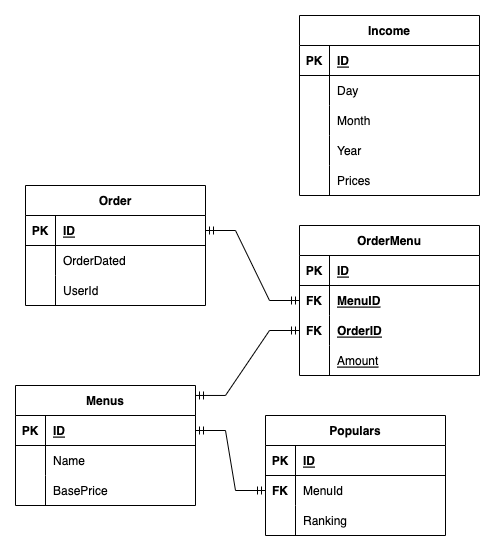
marttp/boba-shop-traffic keeps this draw.io diagram as erd.drawio.png. Above is the earlier version. Source tidied: cells renumbered, new cells last; positions are measured from the earlier drawing's top-left corner, leaving out a move shared by most shapes.
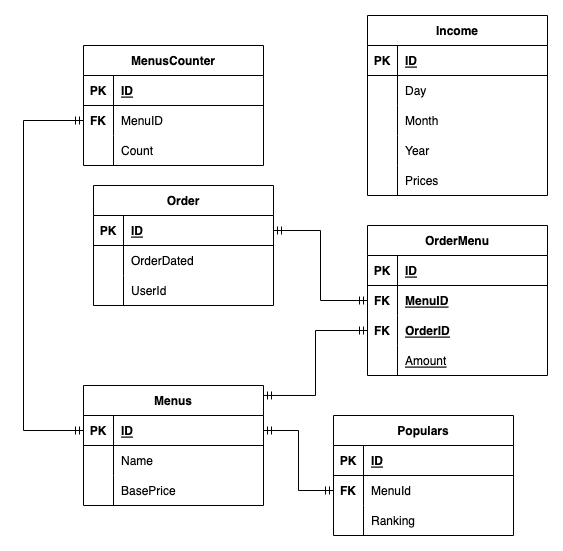
Above is the later version.

The edit, as a diff of the source:
```diff
@@ -182,14 +182,52 @@
     <mxCell id="61" value="Amount" style="shape=partialRectangle;fillColor=none;top=0;left=0;bottom=0;right=0;align=left;spacingLeft=6;overflow=hidden;fontStyle=4;" parent="59" vertex="1">
       <mxGeometry x="30" width="150" height="30" as="geometry" />
     </mxCell>
-    <mxCell id="62" style="edgeStyle=entityRelationEdgeStyle;fontSize=12;html=1;endArrow=ERmandOne;startArrow=ERmandOne;rounded=0;exitX=1;exitY=0.5;exitDx=0;exitDy=0;entryX=0;entryY=0.5;entryDx=0;entryDy=0;" parent="1" edge="1" source="30" target="6">
+    <mxCell id="62" style="edgeStyle=orthogonalEdgeStyle;fontSize=12;html=1;endArrow=ERmandOne;startArrow=ERmandOne;rounded=0;exitX=1;exitY=0.5;exitDx=0;exitDy=0;entryX=0;entryY=0.5;entryDx=0;entryDy=0;" parent="1" edge="1" source="30" target="6">
       <mxGeometry relative="1" as="geometry" />
     </mxCell>
-    <mxCell id="63" style="edgeStyle=entityRelationEdgeStyle;fontSize=12;html=1;endArrow=ERmandOne;startArrow=ERmandOne;rounded=0;exitX=1;exitY=0.083;exitDx=0;exitDy=0;exitPerimeter=0;entryX=0;entryY=0.5;entryDx=0;entryDy=0;" parent="1" edge="1" source="29" target="56">
+    <mxCell id="63" style="edgeStyle=orthogonalEdgeStyle;fontSize=12;html=1;endArrow=ERmandOne;startArrow=ERmandOne;rounded=0;exitX=1;exitY=0.083;exitDx=0;exitDy=0;exitPerimeter=0;entryX=0;entryY=0.5;entryDx=0;entryDy=0;" parent="1" edge="1" source="29" target="56">
       <mxGeometry relative="1" as="geometry" />
     </mxCell>
-    <mxCell id="64" style="edgeStyle=entityRelationEdgeStyle;fontSize=12;html=1;endArrow=ERmandOne;startArrow=ERmandOne;rounded=0;exitX=1;exitY=0.5;exitDx=0;exitDy=0;entryX=0;entryY=0.5;entryDx=0;entryDy=0;" parent="1" edge="1" source="40" target="53">
+    <mxCell id="64" style="edgeStyle=orthogonalEdgeStyle;fontSize=12;html=1;endArrow=ERmandOne;startArrow=ERmandOne;rounded=0;exitX=1;exitY=0.5;exitDx=0;exitDy=0;entryX=0;entryY=0.5;entryDx=0;entryDy=0;" parent="1" edge="1" source="40" target="53">
       <mxGeometry relative="1" as="geometry" />
     </mxCell>
+    <mxCell id="65" value="MenusCounter" style="shape=table;startSize=30;rowLines=0;fontStyle=1;align=center;" parent="1" vertex="1">
+      <mxGeometry y="30" width="180" height="120" as="geometry" />
+    </mxCell>
+    <mxCell id="66" style="shape=partialRectangle;fillColor=none;top=0;left=0;bottom=1;right=0;" parent="65" vertex="1">
+      <mxGeometry y="30" width="180" height="30" as="geometry" />
+    </mxCell>
+    <mxCell id="67" value="PK" style="shape=partialRectangle;fillColor=none;top=0;left=0;bottom=0;right=0;fontStyle=1;overflow=hidden;" parent="66" vertex="1">
+      <mxGeometry width="30" height="30" as="geometry" />
+    </mxCell>
+    <mxCell id="68" value="ID" style="shape=partialRectangle;fillColor=none;top=0;left=0;bottom=0;right=0;align=left;spacingLeft=6;fontStyle=5;overflow=hidden;" parent="66" vertex="1">
+      <mxGeometry x="30" width="150" height="30" as="geometry" />
+    </mxCell>
+    <mxCell id="69" style="shape=partialRectangle;fillColor=none;top=0;left=0;bottom=0;right=0;points=[[0,0.5],[1,0.5]];portConstraint=eastwest;" parent="65" vertex="1">
+      <mxGeometry y="60" width="180" height="30" as="geometry" />
+    </mxCell>
+    <mxCell id="70" value="FK" style="shape=partialRectangle;fillColor=none;top=0;left=0;bottom=0;right=0;overflow=hidden;fontStyle=1;" parent="69" vertex="1">
+      <mxGeometry width="30" height="30" as="geometry" />
+    </mxCell>
+    <mxCell id="71" value="MenuID" style="shape=partialRectangle;fillColor=none;top=0;left=0;bottom=0;right=0;align=left;spacingLeft=6;overflow=hidden;" parent="69" vertex="1">
+      <mxGeometry x="30" width="150" height="30" as="geometry" />
+    </mxCell>
+    <mxCell id="72" style="shape=partialRectangle;fillColor=none;top=0;left=0;bottom=0;right=0;" parent="65" vertex="1">
+      <mxGeometry y="90" width="180" height="30" as="geometry" />
+    </mxCell>
+    <mxCell id="73" style="shape=partialRectangle;fillColor=none;top=0;left=0;bottom=0;right=0;overflow=hidden;" parent="72" vertex="1">
+      <mxGeometry width="30" height="30" as="geometry" />
+    </mxCell>
+    <mxCell id="74" value="Count" style="shape=partialRectangle;fillColor=none;top=0;left=0;bottom=0;right=0;align=left;spacingLeft=6;overflow=hidden;" parent="72" vertex="1">
+      <mxGeometry x="30" width="150" height="30" as="geometry" />
+    </mxCell>
+    <mxCell id="75" style="rounded=0;jettySize=auto;html=1;entryX=0;entryY=0.5;entryDx=0;entryDy=0;shadow=0;startArrow=ERmandOne;startFill=0;endArrow=ERmandOne;endFill=0;edgeStyle=orthogonalEdgeStyle;exitX=0;exitY=0.5;exitDx=0;exitDy=0;" parent="1" edge="1" source="69" target="30">
+      <mxGeometry relative="1" as="geometry">
+        <Array as="points">
+          <mxPoint x="-60" y="105" />
+          <mxPoint x="-60" y="415" />
+        </Array>
+      </mxGeometry>
+    </mxCell>
   </root>
 </mxGraphModel>
```
